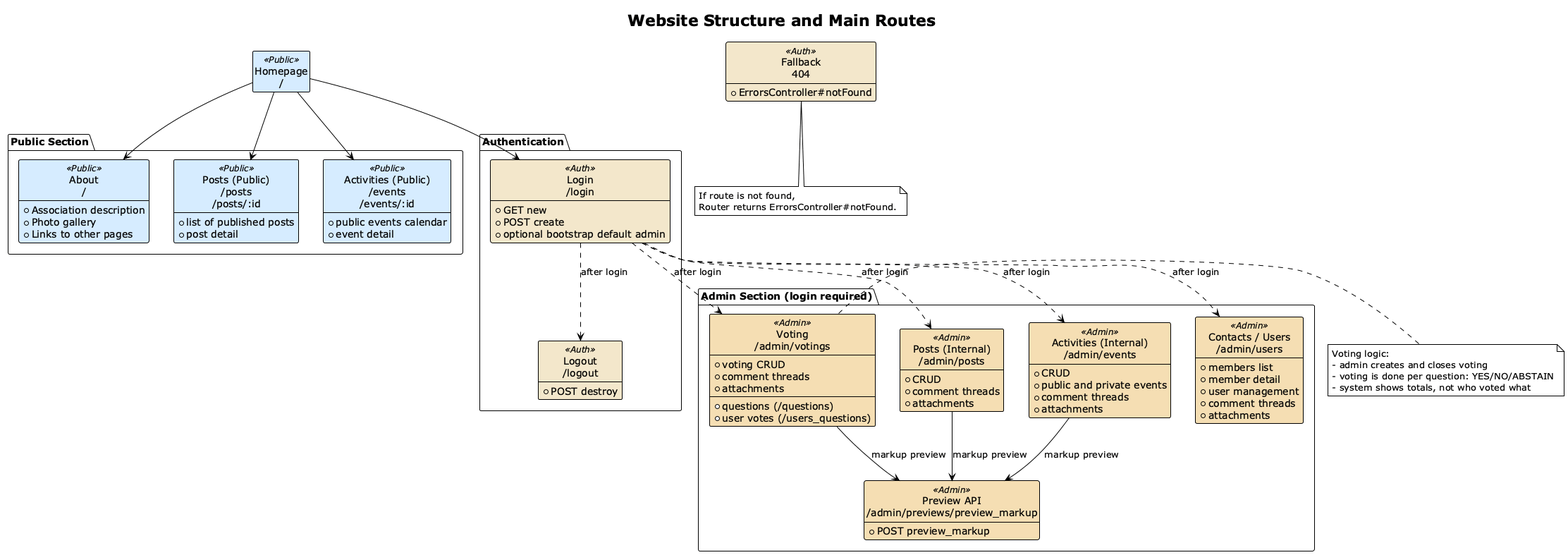
Earlier version of the PlantUML export docs/diagrams/Sitemap Diagram.png (jacky32/slovjani).
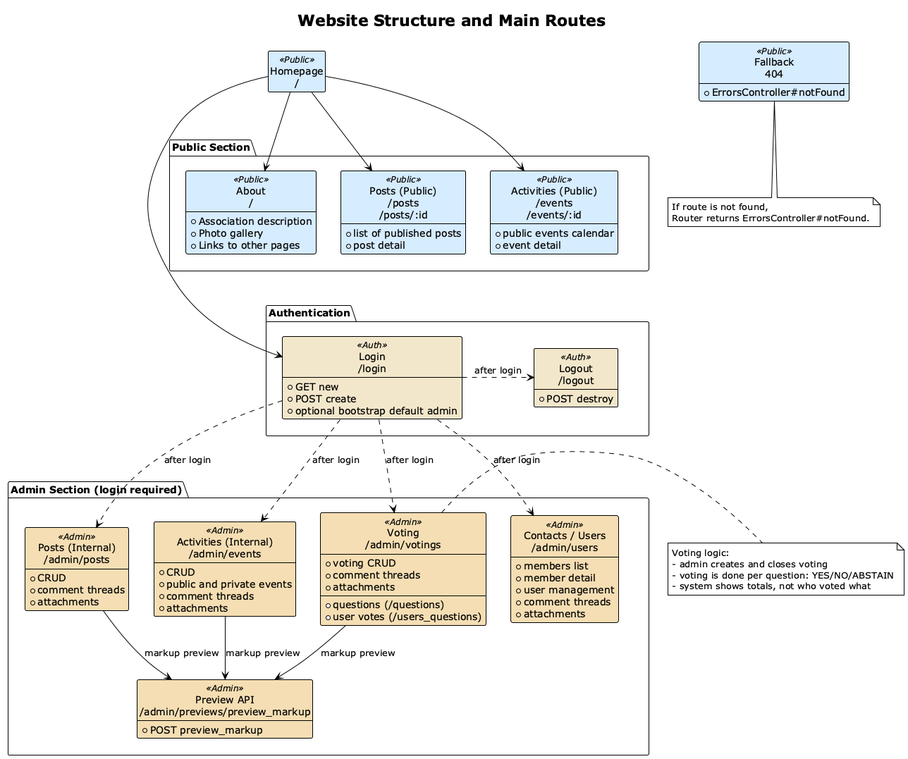
Above is the later version.

What changed in the source:
```diff
@@ -14,7 +14,7 @@
 
 class "Homepage\n/" as Home <<Public>>
 
-package "Public Section" {
+package "Public Section" as PublicSection {
     class "About\n/" as PublicHome <<Public>> {
         + Association description
         + Photo gallery
@@ -32,7 +32,7 @@
     }
 }
 
-package "Authentication" {
+package "Authentication" as AuthSection {
     class "Login\n/login" as Login <<Auth>> {
         + GET new
         + POST create
@@ -44,7 +44,7 @@
     }
 }
 
-package "Admin Section (login required)" {
+package "Admin Section (login required)" as AdminSection {
     class "Posts (Internal)\n/admin/posts" as AdminPosts <<Admin>> {
         + CRUD
         + comment threads
@@ -79,20 +79,23 @@
     }
 }
 
-class "Fallback\n404" as NotFound <<Auth>> {
+class "Fallback\n404" as NotFound <<Public>> {
     + ErrorsController#notFound
 }
+
+PublicSection -[hidden]down-> AuthSection
+AuthSection -[hidden]down-> AdminSection
 
 Home --> PublicHome
 Home --> PublicPosts
 Home --> PublicEvents
 Home --> Login
 
-Login ..> Logout : after login
-Login ..> AdminPosts : after login
-Login ..> AdminEvents : after login
-Login ..> AdminVotings : after login
-Login ..> AdminUsers : after login
+Login .> Logout : after login
+Login .> AdminPosts : after login
+Login .> AdminEvents : after login
+Login .> AdminVotings : after login
+Login .> AdminUsers : after login
 AdminPosts --> AdminPreview : markup preview
 AdminEvents --> AdminPreview : markup preview
 AdminVotings --> AdminPreview : markup preview
```
